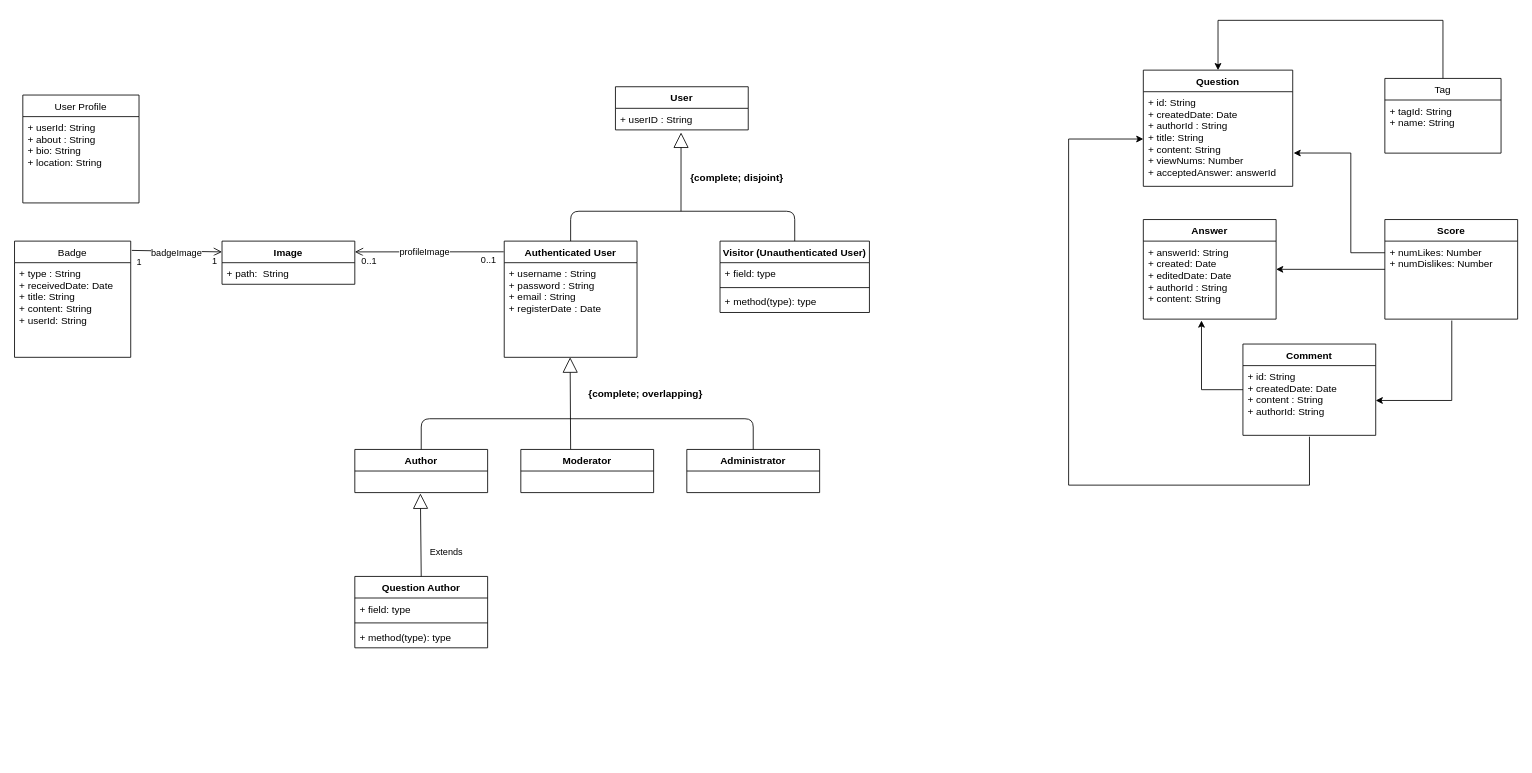
Before: datamodel/datamodel.drawio in FabioMiguel2000/iNeedHelp, a draw.io diagram. Source tidied: cells renumbered, new cells numbered last; positions are measured from the earlier drawing's top-left corner, leaving out a move shared by most shapes. Both pictures are drawn from the tidied source at 83%, with x=0, y=0 at pixel (14, 20).
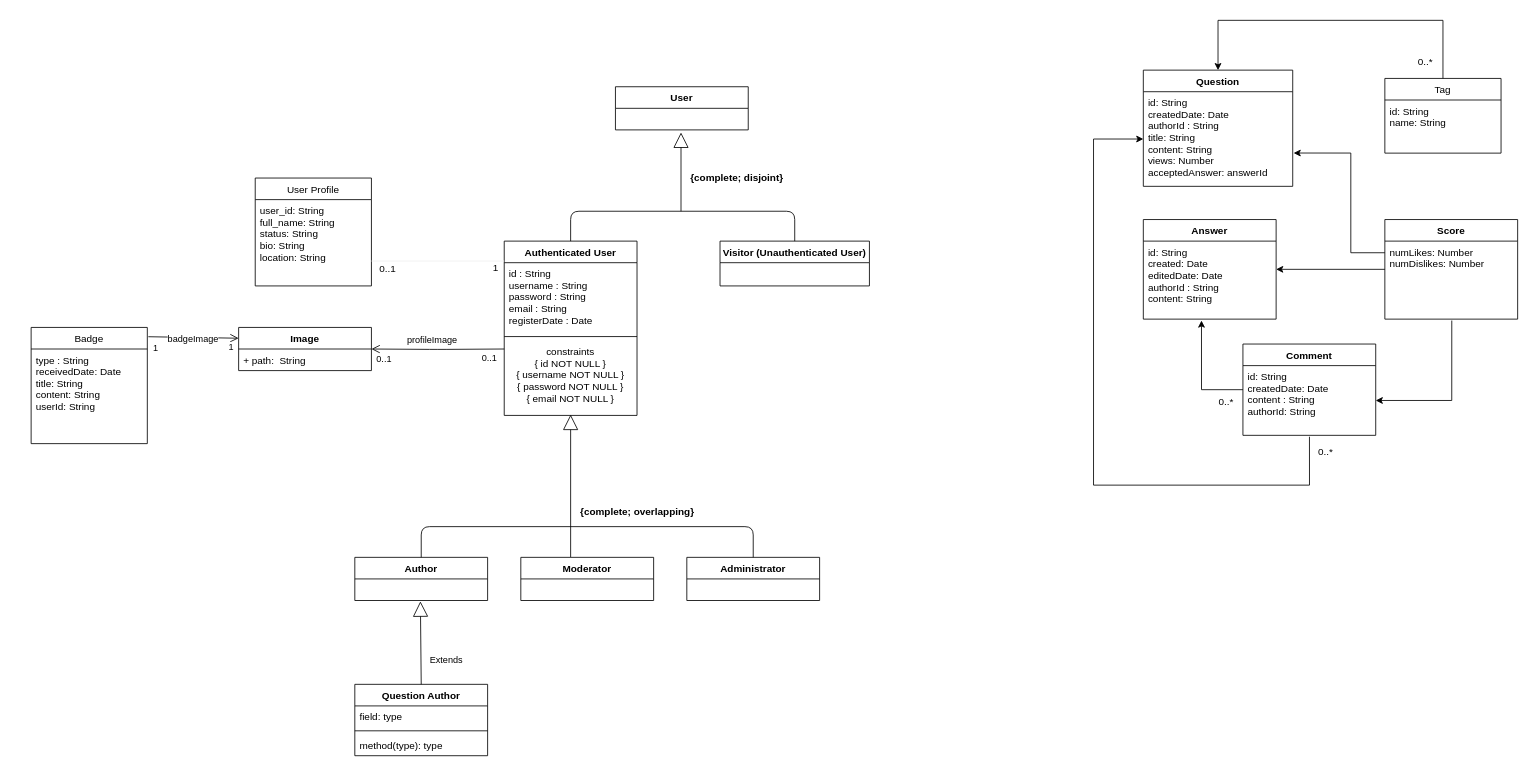
Above is the later version.

The change refers to these unchanged cells:
```xml
<mxCell id="2" value="User" style="swimlane;fontStyle=1;align=center;verticalAlign=top;horizontal=1;startSize=26;" parent="1" vertex="1">
  <mxGeometry x="724" y="80" width="160" height="52" as="geometry" />
</mxCell>
<mxCell id="37" style="group;" parent="1" vertex="1">
  <mxGeometry x="1270" y="60" width="541" height="440" as="geometry" />
</mxCell>
<mxCell id="38" value="Question" style="swimlane;fontStyle=1;align=center;verticalAlign=top;horizontal=1;startSize=26;" parent="37" vertex="1">
  <mxGeometry x="90" width="180" height="140" as="geometry" />
</mxCell>
<mxCell id="41" value="Comment" style="swimlane;fontStyle=1;align=center;verticalAlign=top;horizontal=1;startSize=26;" parent="37" vertex="1">
  <mxGeometry x="210" y="330" width="160" height="110" as="geometry" />
</mxCell>
<mxCell id="43" value="Answer" style="swimlane;fontStyle=1;align=center;verticalAlign=top;horizontal=1;startSize=26;" parent="37" vertex="1">
  <mxGeometry x="90" y="180" width="160" height="120" as="geometry" />
</mxCell>
<mxCell id="48" value="Score" style="swimlane;fontStyle=1;align=center;verticalAlign=top;horizontal=1;startSize=26;" parent="37" vertex="1">
  <mxGeometry x="381" y="180" width="160" height="120" as="geometry" />
</mxCell>
<mxCell id="50" value="Tag" style="swimlane;fontStyle=0;horizontal=1;startSize=26;" parent="37" vertex="1">
  <mxGeometry x="381" y="10" width="140" height="90" as="geometry" />
</mxCell>
```

The edit, as a diff of the source:
```diff
@@
-    <mxCell id="3" value="+ userID : String" style="text;strokeColor=none;fillColor=none;align=left;verticalAlign=top;spacingLeft=4;spacingRight=4;overflow=hidden;points=[[0,0.5],[1,0.5]];portConstraint=eastwest;" parent="2" vertex="1">
-      <mxGeometry y="26" width="160" height="26" as="geometry" />
-    </mxCell>
     <mxCell id="4" value="Moderator" style="swimlane;fontStyle=1;align=center;verticalAlign=top;horizontal=1;startSize=26;" parent="1" vertex="1">
-      <mxGeometry x="610" y="517" width="160" height="52" as="geometry" />
+      <mxGeometry x="610" y="647" width="160" height="52" as="geometry" />
     </mxCell>
     <mxCell id="5" value="Administrator" style="swimlane;fontStyle=1;align=center;verticalAlign=top;horizontal=1;startSize=26;" parent="1" vertex="1">
-      <mxGeometry x="810" y="517" width="160" height="52" as="geometry" />
+      <mxGeometry x="810" y="647" width="160" height="52" as="geometry" />
     </mxCell>
     <mxCell id="6" value="Authenticated User" style="swimlane;fontStyle=1;align=center;verticalAlign=top;horizontal=1;startSize=26;" parent="1" vertex="1">
-      <mxGeometry x="590" y="266" width="160" height="140" as="geometry" />
+      <mxGeometry x="590" y="266" width="160" height="210" as="geometry" />
     </mxCell>
-    <mxCell id="7" value="+ username : String&#10;+ password : String&#10;+ email : String&#10;+ registerDate : Date" style="text;strokeColor=none;fillColor=none;align=left;verticalAlign=top;spacingLeft=4;spacingRight=4;overflow=hidden;" parent="6" vertex="1">
-      <mxGeometry y="26" width="160" height="114" as="geometry" />
+    <mxCell id="7" value="id : String&#10;username : String&#10;password : String&#10;email : String&#10;registerDate : Date" style="text;strokeColor=none;fillColor=none;align=left;verticalAlign=top;spacingLeft=4;spacingRight=4;overflow=hidden;" parent="6" vertex="1">
+      <mxGeometry y="26" width="160" height="84" as="geometry" />
     </mxCell>
+    <mxCell id="54" style="line;strokeWidth=1;fillColor=none;align=left;verticalAlign=middle;spacingTop=-1;spacingLeft=3;spacingRight=3;labelPosition=right;" parent="6" vertex="1">
+      <mxGeometry y="110" width="160" height="10" as="geometry" />
+    </mxCell>
+    <mxCell id="55" value="constraints&#10;{ id NOT NULL }&#10;{ username NOT NULL }&#10;{ password NOT NULL }&#10;{ email NOT NULL }" style="text;strokeColor=none;fillColor=none;align=center;verticalAlign=top;spacingLeft=4;spacingRight=4;overflow=hidden;points=[[0,0.5],[1,0.5]];portConstraint=eastwest;" parent="6" vertex="1">
+      <mxGeometry y="120" width="160" height="90" as="geometry" />
+    </mxCell>
     <mxCell id="8" value="Visitor (Unauthenticated User)&#10;" style="swimlane;fontStyle=1;align=center;verticalAlign=top;horizontal=1;startSize=26;" parent="1" vertex="1">
-      <mxGeometry x="850" y="266" width="180" height="86" as="geometry" />
+      <mxGeometry x="850" y="266" width="180" height="54" as="geometry" />
     </mxCell>
-    <mxCell id="9" value="+ field: type" style="text;strokeColor=none;fillColor=none;align=left;verticalAlign=top;spacingLeft=4;spacingRight=4;overflow=hidden;" parent="8" vertex="1">
-      <mxGeometry y="26" width="180" height="26" as="geometry" />
-    </mxCell>
-    <mxCell id="10" style="line;strokeWidth=1;fillColor=none;align=left;verticalAlign=middle;spacingTop=-1;spacingLeft=3;spacingRight=3;labelPosition=right;" parent="8" vertex="1">
-      <mxGeometry y="52" width="180" height="8" as="geometry" />
-    </mxCell>
-    <mxCell id="11" value="+ method(type): type" style="text;strokeColor=none;fillColor=none;align=left;verticalAlign=top;spacingLeft=4;spacingRight=4;overflow=hidden;" parent="8" vertex="1">
-      <mxGeometry y="60" width="180" height="26" as="geometry" />
-    </mxCell>
     <mxCell id="12" value="Image" style="swimlane;fontStyle=1;align=center;verticalAlign=top;horizontal=1;startSize=26;" parent="1" vertex="1">
-      <mxGeometry x="250" y="266" width="160" height="52" as="geometry" />
+      <mxGeometry x="270" y="370" width="160" height="52" as="geometry" />
     </mxCell>
@@
     <mxCell id="14" value="Author" style="swimlane;fontStyle=1;align=center;verticalAlign=top;horizontal=1;startSize=26;" parent="1" vertex="1">
-      <mxGeometry x="410" y="517" width="160" height="52" as="geometry" />
+      <mxGeometry x="410" y="647" width="160" height="52" as="geometry" />
     </mxCell>
     <mxCell id="15" value="Question Author" style="swimlane;fontStyle=1;align=center;verticalAlign=top;horizontal=1;startSize=26;" parent="1" vertex="1">
-      <mxGeometry x="410" y="670" width="160" height="86" as="geometry" />
+      <mxGeometry x="410" y="800" width="160" height="86" as="geometry" />
     </mxCell>
-    <mxCell id="16" value="+ field: type" style="text;strokeColor=none;fillColor=none;align=left;verticalAlign=top;spacingLeft=4;spacingRight=4;overflow=hidden;" parent="15" vertex="1">
+    <mxCell id="16" value="field: type" style="text;strokeColor=none;fillColor=none;align=left;verticalAlign=top;spacingLeft=4;spacingRight=4;overflow=hidden;" parent="15" vertex="1">
       <mxGeometry y="26" width="160" height="26" as="geometry" />
     </mxCell>
@@
-    <mxCell id="18" value="+ method(type): type" style="text;strokeColor=none;fillColor=none;align=left;verticalAlign=top;spacingLeft=4;spacingRight=4;overflow=hidden;" parent="15" vertex="1">
+    <mxCell id="18" value="method(type): type" style="text;strokeColor=none;fillColor=none;align=left;verticalAlign=top;spacingLeft=4;spacingRight=4;overflow=hidden;" parent="15" vertex="1">
       <mxGeometry y="60" width="160" height="26" as="geometry" />
     </mxCell>
     <mxCell id="19" value="User Profile" style="swimlane;fontStyle=0;horizontal=1;startSize=26;" parent="1" vertex="1">
-      <mxGeometry x="10" y="90" width="140" height="130" as="geometry" />
+      <mxGeometry x="290" y="190" width="140" height="130" as="geometry" />
     </mxCell>
-    <mxCell id="20" value="+ userId: String&#10;+ about : String&#10;+ bio: String&#10;+ location: String&#10;" style="text;strokeColor=none;fillColor=none;align=left;verticalAlign=top;spacingLeft=4;spacingRight=4;overflow=hidden;" parent="19" vertex="1">
+    <mxCell id="20" value="user_id: String&#10;full_name: String&#10;status: String&#10;bio: String&#10;location: String" style="text;strokeColor=none;fillColor=none;align=left;verticalAlign=top;spacingLeft=4;spacingRight=4;overflow=hidden;" parent="19" vertex="1">
       <mxGeometry y="26" width="140" height="104" as="geometry" />
     </mxCell>
     <mxCell id="21" value="Badge" style="swimlane;fontStyle=0;horizontal=1;startSize=26;" parent="1" vertex="1">
-      <mxGeometry y="266" width="140" height="140" as="geometry" />
+      <mxGeometry x="20" y="370" width="140" height="140" as="geometry" />
     </mxCell>
-    <mxCell id="22" value="+ type : String&#10;+ receivedDate: Date&#10;+ title: String&#10;+ content: String&#10;+ userId: String&#10;" style="text;strokeColor=none;fillColor=none;align=left;verticalAlign=top;spacingLeft=4;spacingRight=4;overflow=hidden;" parent="21" vertex="1">
+    <mxCell id="22" value="type : String&#10;receivedDate: Date&#10;title: String&#10;content: String&#10;userId: String&#10;" style="text;strokeColor=none;fillColor=none;align=left;verticalAlign=top;spacingLeft=4;spacingRight=4;overflow=hidden;" parent="21" vertex="1">
       <mxGeometry y="26" width="140" height="114" as="geometry" />
     </mxCell>
-    <mxCell id="23" value="&lt;span style=&quot;font-size: 12px ; font-weight: 700&quot;&gt;{complete; overlapping}&lt;/span&gt;" style="endArrow=block;endSize=16;endFill=0;html=1;exitX=0.375;exitY=-0.008;exitDx=0;exitDy=0;exitPerimeter=0;" parent="1" edge="1" source="4">
-      <mxGeometry x="0.19" y="-90" relative="1" as="geometry">
-        <mxPoint x="669.4" y="406" as="targetPoint" />
-      </mxGeometry>
+    <mxCell id="23" value="&lt;span style=&quot;font-size: 12px ; font-weight: 700&quot;&gt;{complete; overlapping}&lt;/span&gt;" style="endArrow=block;endSize=16;endFill=0;html=1;exitX=0.375;exitY=-0.008;exitDx=0;exitDy=0;exitPerimeter=0;entryX=0.5;entryY=0.989;entryDx=0;entryDy=0;entryPerimeter=0;" parent="1" edge="1" source="4" target="55">
+      <mxGeometry x="-0.37" y="-80" relative="1" as="geometry" />
     </mxCell>
     <mxCell id="24" style="endArrow=none;html=1;entryX=0.5;entryY=0;entryDx=0;entryDy=0;exitX=0.5;exitY=0;exitDx=0;exitDy=0;" parent="1" edge="1" source="14" target="5">
       <mxGeometry relative="1" as="geometry">
         <Array as="points">
-          <mxPoint x="490" y="480" />
-          <mxPoint x="890" y="480" />
+          <mxPoint x="490" y="610" />
+          <mxPoint x="890" y="610" />
         </Array>
       </mxGeometry>
     </mxCell>
     <mxCell id="25" value="Extends" style="endArrow=block;endSize=16;endFill=0;html=1;exitX=0.5;exitY=0;exitDx=0;exitDy=0;" parent="1" edge="1" source="15">
       <mxGeometry x="-0.4" y="-30" relative="1" as="geometry">
-        <mxPoint x="489" y="570" as="targetPoint" />
+        <mxPoint x="489" y="700" as="targetPoint" />
         <mxPoint y="1" as="offset" />
       </mxGeometry>
     </mxCell>
-    <mxCell id="26" value="&lt;span style=&quot;font-size: 12px ; font-weight: 700&quot;&gt;{complete; disjoint}&lt;/span&gt;" style="endArrow=block;endSize=16;endFill=0;html=1;entryX=0.494;entryY=1.12;entryDx=0;entryDy=0;entryPerimeter=0;" parent="1" edge="1" target="3">
+    <mxCell id="26" value="&lt;span style=&quot;font-size: 12px ; font-weight: 700&quot;&gt;{complete; disjoint}&lt;/span&gt;" style="endArrow=block;endSize=16;endFill=0;html=1;entryX=0.494;entryY=1.12;entryDx=0;entryDy=0;entryPerimeter=0;" parent="1" edge="1">
       <mxGeometry x="-0.16" y="-67" relative="1" as="geometry">
         <mxPoint x="803" y="230" as="sourcePoint" />
+        <mxPoint x="803" y="135.1" as="targetPoint" />
       </mxGeometry>
     </mxCell>
@@
-    <mxCell id="29" style="endArrow=open;startArrow=none;endFill=0;startFill=0;endSize=8;html=1;verticalAlign=bottom;labelBackgroundColor=none;strokeWidth=1;entryX=1;entryY=0.25;entryDx=0;entryDy=0;exitX=-0.004;exitY=0.092;exitDx=0;exitDy=0;exitPerimeter=0;" parent="1" edge="1" source="6" target="12">
-      <mxGeometry relative="1" as="geometry" />
+    <mxCell id="29" style="endArrow=open;startArrow=none;endFill=0;startFill=0;endSize=8;html=1;verticalAlign=bottom;labelBackgroundColor=none;strokeWidth=1;entryX=1;entryY=0.5;entryDx=0;entryDy=0;edgeStyle=orthogonalEdgeStyle;rounded=1;" parent="1" edge="1" target="12">
+      <mxGeometry relative="1" as="geometry">
+        <mxPoint x="590" y="396" as="sourcePoint" />
+      </mxGeometry>
     </mxCell>
     <mxCell id="30" value="profileImage" style="edgeLabel;html=1;align=center;verticalAlign=middle;" parent="29" vertex="1">
       <mxGeometry x="-0.15" relative="1" as="geometry">
-        <mxPoint x="-20" as="offset" />
+        <mxPoint x="-20" y="-12" as="offset" />
       </mxGeometry>
     </mxCell>
@@
-    <mxCell id="39" value="+ id: String&#10;+ createdDate: Date&#10;+ authorId : String&#10;+ title: String&#10;+ content: String&#10;+ viewNums: Number&#10;+ acceptedAnswer: answerId" style="text;strokeColor=none;fillColor=none;align=left;verticalAlign=top;spacingLeft=4;spacingRight=4;overflow=hidden;points=[[0,0.5],[1,0.5]];portConstraint=eastwest;" parent="38" vertex="1">
+    <mxCell id="39" value="id: String&#10;createdDate: Date&#10;authorId : String&#10;title: String&#10;content: String&#10;views: Number&#10;acceptedAnswer: answerId" style="text;strokeColor=none;fillColor=none;align=left;verticalAlign=top;spacingLeft=4;spacingRight=4;overflow=hidden;points=[[0,0.5],[1,0.5]];portConstraint=eastwest;" parent="38" vertex="1">
       <mxGeometry y="26" width="180" height="114" as="geometry" />
     </mxCell>
     <mxCell id="40" style="edgeStyle=orthogonalEdgeStyle;rounded=0;jettySize=auto;html=1;entryX=0;entryY=0.5;entryDx=0;entryDy=0;exitX=0.501;exitY=1.02;exitDx=0;exitDy=0;exitPerimeter=0;" parent="37" edge="1" source="42" target="39">
       <mxGeometry relative="1" as="geometry">
         <Array as="points">
           <mxPoint x="290" y="500" />
-          <mxPoint y="500" />
-          <mxPoint y="83" />
+          <mxPoint x="30" y="500" />
+          <mxPoint x="30" y="83" />
         </Array>
       </mxGeometry>
     </mxCell>
@@
-    <mxCell id="42" value="+ id: String&#10;+ createdDate: Date&#10;+ content : String&#10;+ authorId: String" style="text;strokeColor=none;fillColor=none;align=left;verticalAlign=top;spacingLeft=4;spacingRight=4;overflow=hidden;points=[[0,0.5],[1,0.5]];portConstraint=eastwest;" parent="41" vertex="1">
+    <mxCell id="42" value="id: String&#10;createdDate: Date&#10;content : String&#10;authorId: String" style="text;strokeColor=none;fillColor=none;align=left;verticalAlign=top;spacingLeft=4;spacingRight=4;overflow=hidden;points=[[0,0.5],[1,0.5]];portConstraint=eastwest;" parent="41" vertex="1">
       <mxGeometry y="26" width="160" height="84" as="geometry" />
     </mxCell>
@@
-    <mxCell id="44" value="+ answerId: String&#10;+ created: Date&#10;+ editedDate: Date&#10;+ authorId : String&#10;+ content: String" style="text;strokeColor=none;fillColor=none;align=left;verticalAlign=top;spacingLeft=4;spacingRight=4;overflow=hidden;points=[[0,0.5],[1,0.5]];portConstraint=eastwest;" parent="43" vertex="1">
+    <mxCell id="44" value="id: String&#10;created: Date&#10;editedDate: Date&#10;authorId : String&#10;content: String" style="text;strokeColor=none;fillColor=none;align=left;verticalAlign=top;spacingLeft=4;spacingRight=4;overflow=hidden;points=[[0,0.5],[1,0.5]];portConstraint=eastwest;" parent="43" vertex="1">
       <mxGeometry y="26" width="160" height="94" as="geometry" />
     </mxCell>
@@
-    <mxCell id="49" value="+ numLikes: Number&#10;+ numDislikes: Number" style="text;strokeColor=none;fillColor=none;align=left;verticalAlign=top;spacingLeft=4;spacingRight=4;overflow=hidden;points=[[0,0.5],[1,0.5]];portConstraint=eastwest;" parent="48" vertex="1">
+    <mxCell id="49" value="numLikes: Number&#10;numDislikes: Number" style="text;strokeColor=none;fillColor=none;align=left;verticalAlign=top;spacingLeft=4;spacingRight=4;overflow=hidden;points=[[0,0.5],[1,0.5]];portConstraint=eastwest;" parent="48" vertex="1">
       <mxGeometry y="26" width="160" height="94" as="geometry" />
     </mxCell>
@@
-    <mxCell id="51" value="+ tagId: String&#10;+ name: String" style="text;strokeColor=none;fillColor=none;align=left;verticalAlign=top;spacingLeft=4;spacingRight=4;overflow=hidden;" parent="50" vertex="1">
+    <mxCell id="51" value="id: String&#10;name: String" style="text;strokeColor=none;fillColor=none;align=left;verticalAlign=top;spacingLeft=4;spacingRight=4;overflow=hidden;" parent="50" vertex="1">
       <mxGeometry y="26" width="140" height="64" as="geometry" />
     </mxCell>
@@
+    <mxCell id="56" value="0..*" style="text;html=1;strokeColor=none;fillColor=none;align=center;verticalAlign=middle;whiteSpace=wrap;rounded=0;" parent="1" vertex="1">
+      <mxGeometry x="1560" y="510" width="40" height="20" as="geometry" />
+    </mxCell>
+    <mxCell id="57" value="0..*" style="text;html=1;strokeColor=none;fillColor=none;align=center;verticalAlign=middle;whiteSpace=wrap;rounded=0;" parent="1" vertex="1">
+      <mxGeometry x="1440" y="450" width="40" height="20" as="geometry" />
+    </mxCell>
+    <mxCell id="58" value="0..*" style="text;html=1;strokeColor=none;fillColor=none;align=center;verticalAlign=middle;whiteSpace=wrap;rounded=0;" parent="1" vertex="1">
+      <mxGeometry x="1680" y="40" width="40" height="20" as="geometry" />
+    </mxCell>
+    <mxCell id="59" value="1" style="text;html=1;strokeColor=none;fillColor=none;align=center;verticalAlign=middle;whiteSpace=wrap;rounded=0;" parent="1" vertex="1">
+      <mxGeometry x="570" y="290" width="20" height="15" as="geometry" />
+    </mxCell>
+    <mxCell id="60" value="0..1" style="text;html=1;strokeColor=none;fillColor=none;align=center;verticalAlign=middle;whiteSpace=wrap;rounded=0;" parent="1" vertex="1">
+      <mxGeometry x="430" y="290" width="40" height="20" as="geometry" />
+    </mxCell>
+    <mxCell id="61" style="endArrow=none;html=1;strokeColor=#f0f0f0;exitX=0;exitY=0;exitDx=0;exitDy=0;entryX=1;entryY=0;entryDx=0;entryDy=0;startSize=6;" parent="1" edge="1" source="60" target="59">
+      <mxGeometry relative="1" as="geometry" />
+    </mxCell>
```
